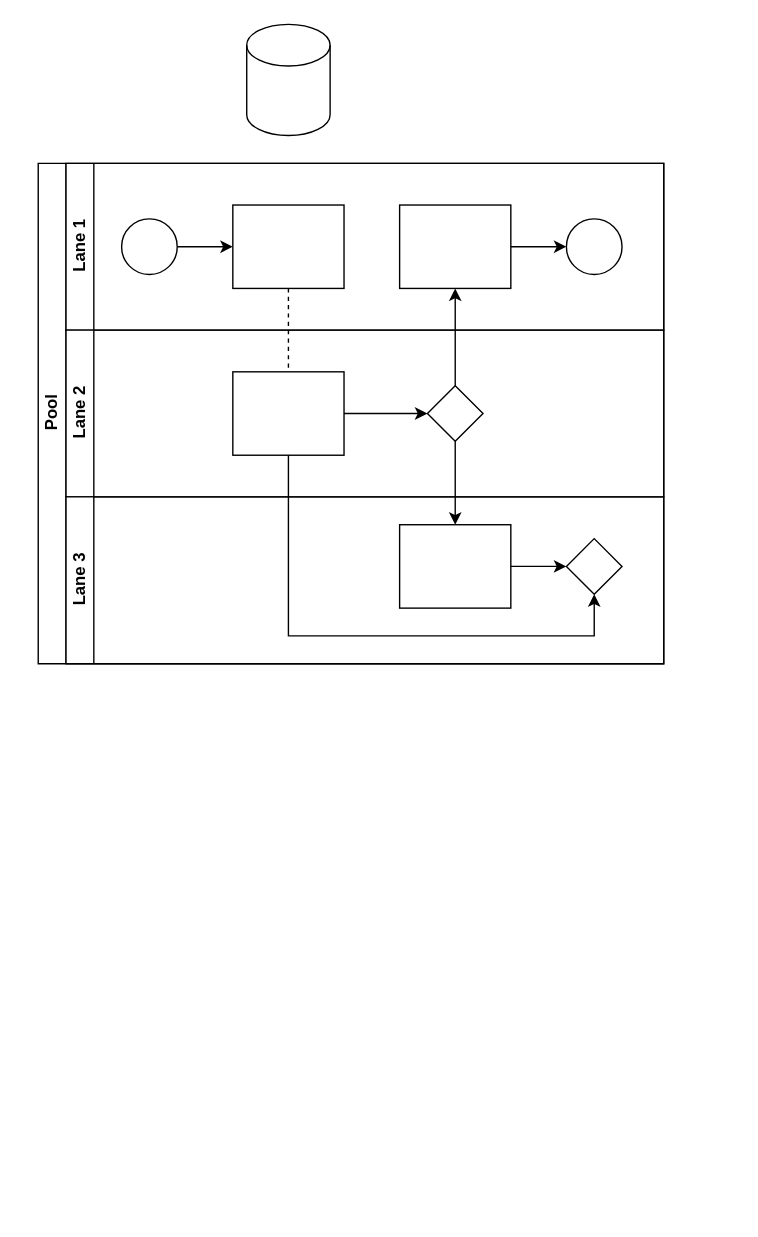
Above: test1.drawio in summerxwu/draw.io (draw.io), before the change. Source tidied: cells renumbered, new cells numbered last; positions are measured from the earlier drawing's top-left corner, leaving out a move shared by most shapes. Both pictures are drawn from the tidied source at 139%, with x=0, y=0 at pixel (38, 24).
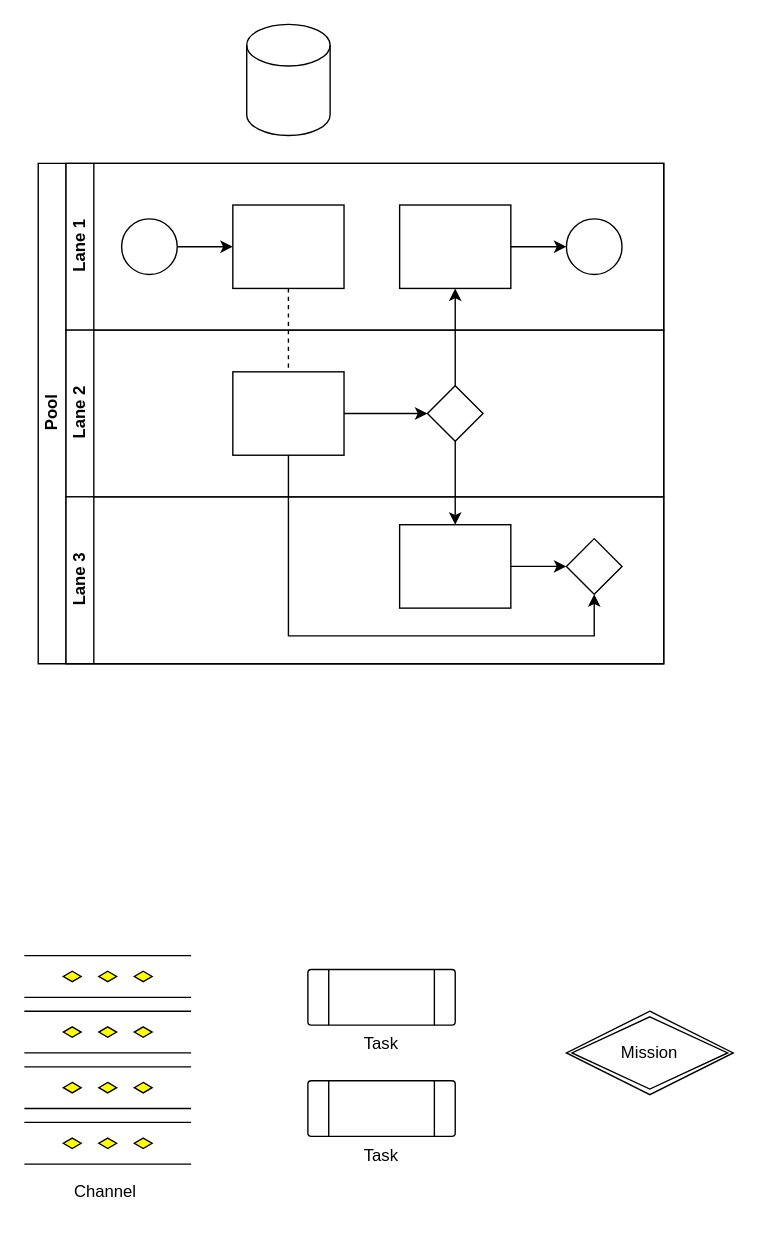
Above is the later version.

The edit, as a diff of the source:
```diff
@@
+    <mxCell id="23" style="verticalLabelPosition=bottom;verticalAlign=top;html=1;shape=mxgraph.flowchart.parallel_mode;" parent="1" vertex="1">
+      <mxGeometry x="-10" y="670" width="120" height="30" as="geometry" />
+    </mxCell>
+    <mxCell id="24" style="verticalLabelPosition=bottom;verticalAlign=top;html=1;shape=mxgraph.flowchart.parallel_mode;" parent="1" vertex="1">
+      <mxGeometry x="-10" y="710" width="120" height="30" as="geometry" />
+    </mxCell>
+    <mxCell id="25" style="verticalLabelPosition=bottom;verticalAlign=top;html=1;shape=mxgraph.flowchart.parallel_mode;" parent="1" vertex="1">
+      <mxGeometry x="-10" y="750" width="120" height="30" as="geometry" />
+    </mxCell>
+    <mxCell id="26" style="verticalLabelPosition=bottom;verticalAlign=top;html=1;shape=mxgraph.flowchart.parallel_mode;" parent="1" vertex="1">
+      <mxGeometry x="-10" y="790" width="120" height="30" as="geometry" />
+    </mxCell>
+    <mxCell id="27" value="Task" style="verticalLabelPosition=bottom;verticalAlign=top;html=1;shape=process;whiteSpace=wrap;rounded=1;size=0.14;arcSize=6;" parent="1" vertex="1">
+      <mxGeometry x="194" y="680" width="106" height="40" as="geometry" />
+    </mxCell>
+    <mxCell id="28" value="Task" style="verticalLabelPosition=bottom;verticalAlign=top;html=1;shape=process;whiteSpace=wrap;rounded=1;size=0.14;arcSize=6;" parent="1" vertex="1">
+      <mxGeometry x="194" y="760" width="106" height="40" as="geometry" />
+    </mxCell>
+    <mxCell id="29" value="Mission" style="shape=rhombus;double=1;perimeter=rhombusPerimeter;whiteSpace=wrap;html=1;align=center;" parent="1" vertex="1">
+      <mxGeometry x="380" y="710" width="120" height="60" as="geometry" />
+    </mxCell>
+    <mxCell id="30" value="Channel" style="text;html=1;align=center;verticalAlign=middle;strokeColor=none;fillColor=none;" parent="1" vertex="1">
+      <mxGeometry x="13" y="825" width="70" height="30" as="geometry" />
+    </mxCell>
```
